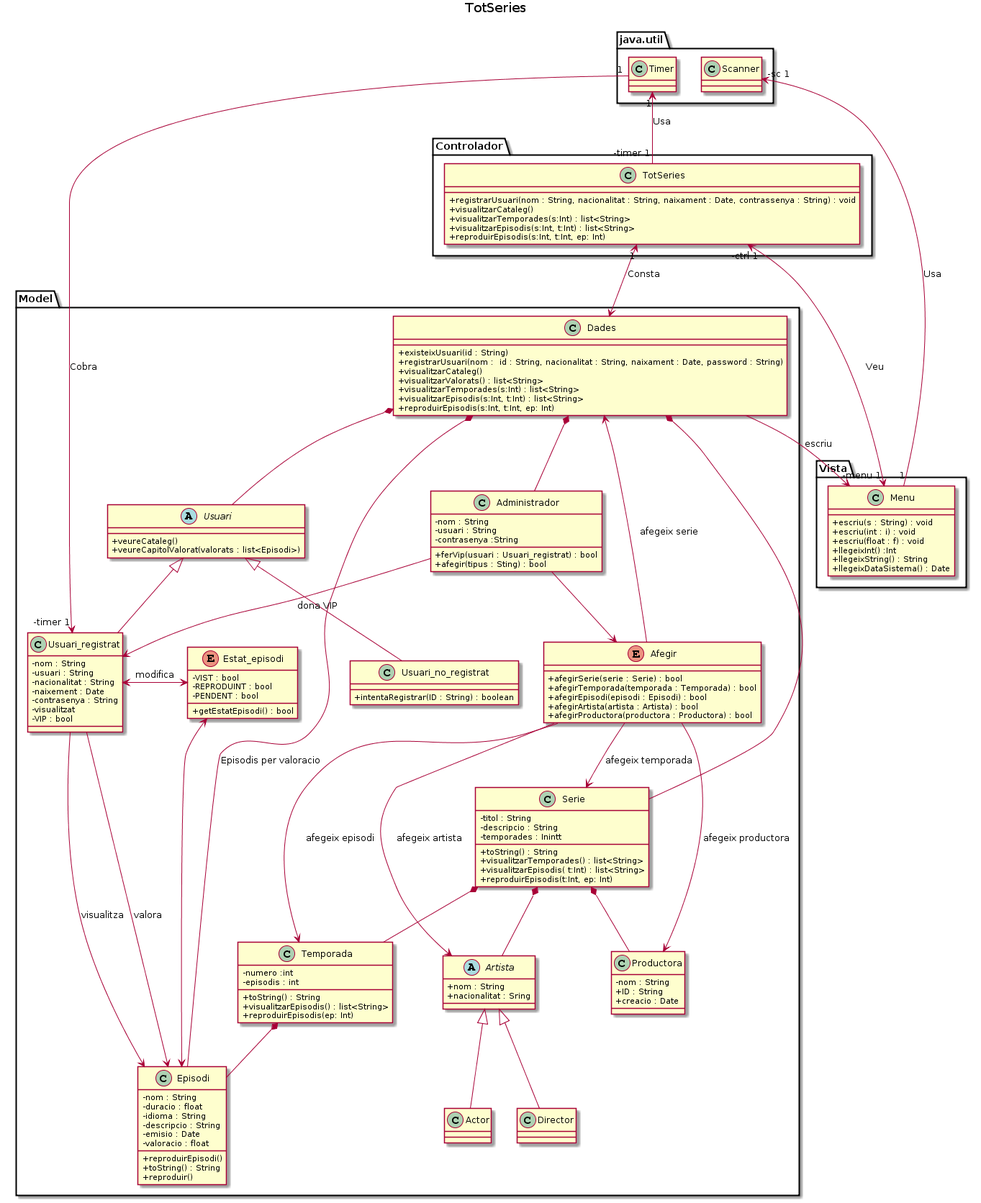
Above: Lab5/GrupA_BergantiñosAngelDiazFranciscoL1b/DCD/DCD.png in Ralleg314/DS (PlantUML), before the change.
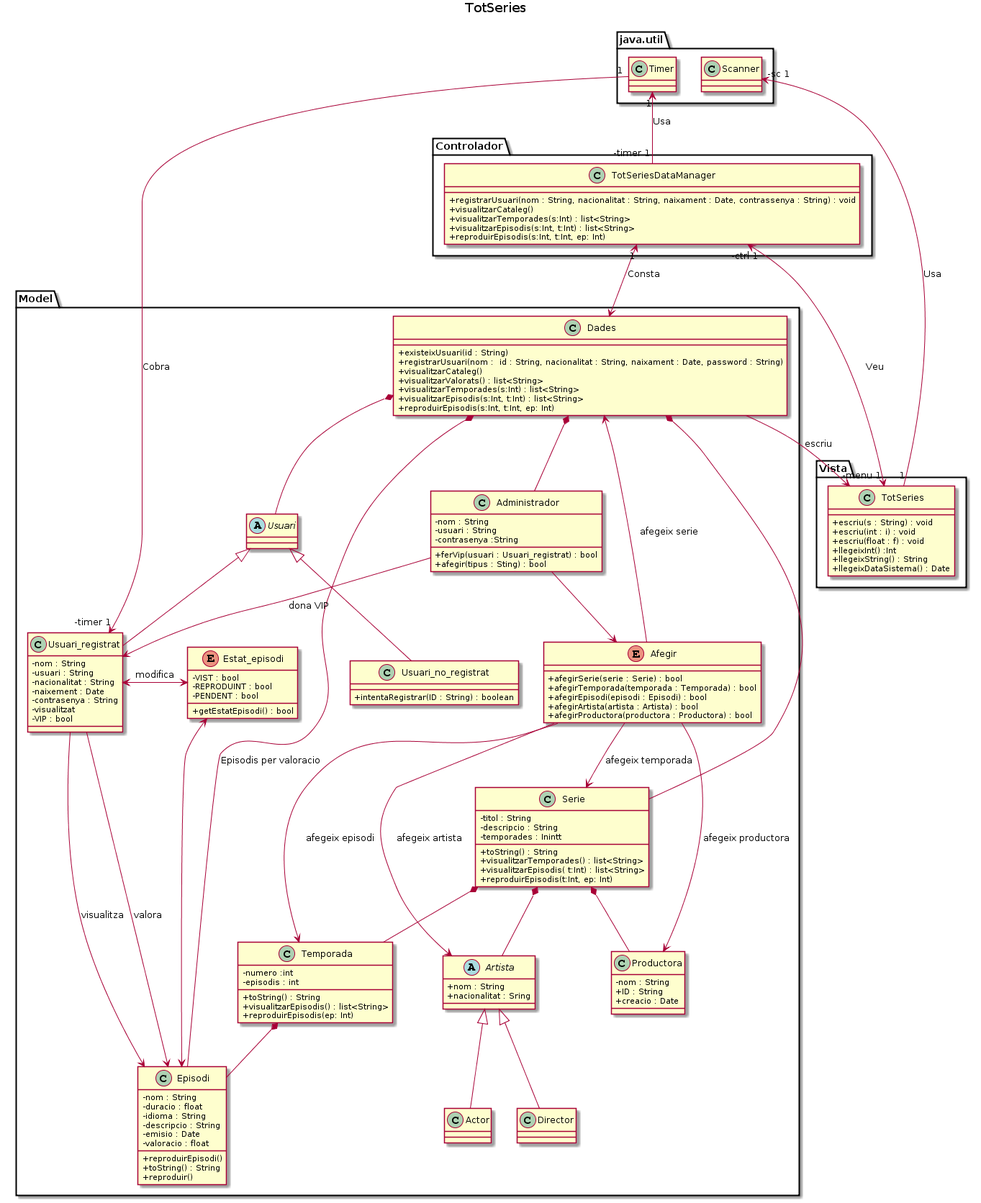
After the change.

What changed in the source:
```diff
@@ -8,7 +8,7 @@
 }
 
 namespace Vista {
-    class Menu {
+    class TotSeries {
         + escriu(s : String) : void
         + escriu(int : i) : void
         + escriu(float : f) : void
@@ -19,7 +19,7 @@
 }
 
 namespace Controlador {
-    class TotSeries {
+    class TotSeriesDataManager {
         + registrarUsuari(nom : String, nacionalitat : String, naixament : Date, contrassenya : String) : void
         +visualitzarCataleg()
         +visualitzarTemporades(s:Int) : list<String>
@@ -40,8 +40,6 @@
     }
 
     abstract class Usuari{
-        +veureCataleg()
-        +veureCapitolValorat(valorats : list<Episodi>)
     }
 
     class Usuari_registrat {
@@ -159,10 +157,10 @@
     Artista <|-- Director
 }
 
-Controlador.TotSeries "1" <->  Model.Dades : Consta
-Controlador.TotSeries "-ctrl 1" <-> "-menu 1" Vista.Menu : Veu
-Model.Dades -> Vista.Menu : escriu
-java.util.Timer "1" <- "-timer 1" Controlador.TotSeries : Usa
+Controlador.TotSeriesDataManager "1" <->  Model.Dades : Consta
+Controlador.TotSeriesDataManager "-ctrl 1" <-> "-menu 1" Vista.TotSeries : Veu
+Model.Dades -> Vista.TotSeries : escriu
+java.util.Timer "1" <- "-timer 1" Controlador.TotSeriesDataManager : Usa
 java.util.Timer "1" -> "-timer 1" Model.Usuari_registrat : Cobra
-java.util.Scanner "-sc 1" <- "1" Vista.Menu : Usa
+java.util.Scanner "-sc 1" <- "1" Vista.TotSeries : Usa
 @enduml
```
